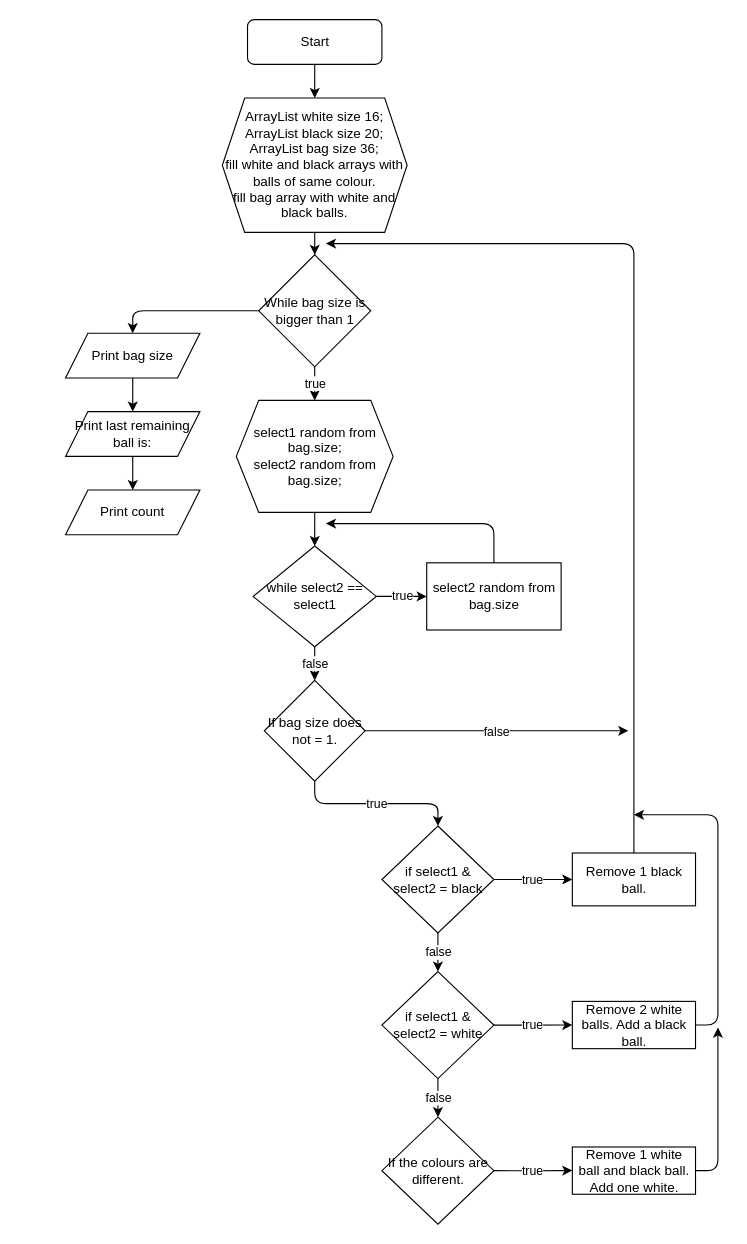
The draw.io diagram Untitled Diagram.drawio in IgnasZyv/BallProject, before the edit. Source tidied: cells renumbered, new cells numbered last; positions are measured from the earlier drawing's top-left corner, leaving out a move shared by most shapes. Both pictures are drawn from the tidied source at 112%, with x=0, y=0 at pixel (65, 19).
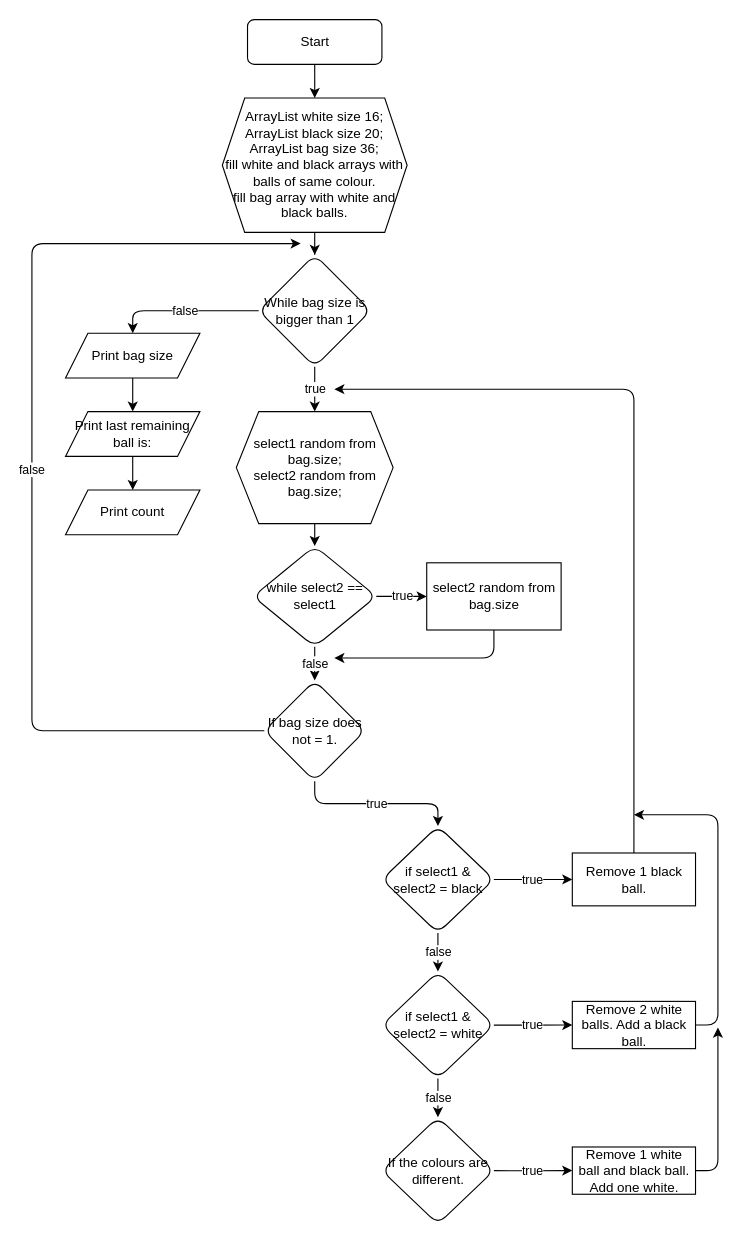
The same diagram, later.

Unchanged cells that the change refers to:
```xml
<mxCell id="18" value="Remove 1 black ball." style="whiteSpace=wrap;html=1;" parent="1" vertex="1">
  <mxGeometry x="452.5" y="744.1" width="110" height="47.2" as="geometry" />
</mxCell>
<mxCell id="32" value="select2 random from bag.size" style="whiteSpace=wrap;html=1;" parent="1" vertex="1">
  <mxGeometry x="322.5" y="485" width="120" height="60" as="geometry" />
</mxCell>
<mxCell id="34" value="Print bag size" style="shape=parallelogram;perimeter=parallelogramPerimeter;whiteSpace=wrap;html=1;fixedSize=1;" parent="1" vertex="1">
  <mxGeometry y="280" width="120" height="40" as="geometry" />
</mxCell>
```

Diff of the diagram source:
```diff
@@
-    <mxCell id="3" value="Start" style="rounded=1;whiteSpace=wrap;html=1;" parent="1" vertex="1">
+    <mxCell id="3" value="Start" style="rounded=1;whiteSpace=wrap;html=1;glass=0;" parent="1" vertex="1">
       <mxGeometry x="162.5" width="120" height="40" as="geometry" />
     </mxCell>
@@
-    <mxCell id="7" style="edgeStyle=orthogonalEdgeStyle;rounded=1;jumpStyle=none;jumpSize=16;jettySize=auto;html=1;exitX=0;exitY=0.5;exitDx=0;exitDy=0;entryX=0.5;entryY=0;entryDx=0;entryDy=0;" parent="1" edge="1" source="8" target="34">
+    <mxCell id="7" value="false" style="edgeStyle=orthogonalEdgeStyle;rounded=1;jumpStyle=none;jumpSize=16;jettySize=auto;html=1;exitX=0;exitY=0.5;exitDx=0;exitDy=0;entryX=0.5;entryY=0;entryDx=0;entryDy=0;" parent="1" edge="1" source="8" target="34">
       <mxGeometry relative="1" as="geometry">
         <Array as="points">
           <mxPoint x="60" y="260" />
         </Array>
       </mxGeometry>
     </mxCell>
-    <mxCell id="8" value="While bag size is bigger than 1" style="rhombus;whiteSpace=wrap;html=1;" parent="1" vertex="1">
+    <mxCell id="8" value="While bag size is bigger than 1" style="rhombus;whiteSpace=wrap;html=1;rounded=1;" parent="1" vertex="1">
       <mxGeometry x="172.5" y="210" width="100" height="100" as="geometry" />
     </mxCell>
@@
     <mxCell id="10" value="&lt;div&gt;select1 random from bag.size;&lt;/div&gt;&lt;div&gt;select2 random from bag.size;&lt;br&gt;&lt;/div&gt;" style="shape=hexagon;perimeter=hexagonPerimeter2;whiteSpace=wrap;html=1;fixedSize=1;" parent="1" vertex="1">
-      <mxGeometry x="152.5" y="340" width="140" height="100" as="geometry" />
+      <mxGeometry x="152.5" y="350" width="140" height="100" as="geometry" />
     </mxCell>
@@
-    <mxCell id="12" value="false" style="edgeStyle=orthogonalEdgeStyle;rounded=1;jumpStyle=none;jumpSize=16;jettySize=auto;html=1;exitX=1;exitY=0.5;exitDx=0;exitDy=0;" parent="1" edge="1" source="13">
+    <mxCell id="12" value="false" style="edgeStyle=orthogonalEdgeStyle;rounded=1;jumpStyle=none;jumpSize=16;jettySize=auto;html=1;exitX=0;exitY=0.5;exitDx=0;exitDy=0;" parent="1" edge="1" source="13">
       <mxGeometry relative="1" as="geometry">
-        <mxPoint x="502.5" y="635" as="targetPoint" />
+        <mxPoint x="210" y="200" as="targetPoint" />
+        <Array as="points">
+          <mxPoint x="-30" y="635" />
+          <mxPoint x="-30" y="200" />
+        </Array>
       </mxGeometry>
     </mxCell>
-    <mxCell id="13" value="If bag size does not = 1." style="rhombus;whiteSpace=wrap;html=1;" parent="1" vertex="1">
+    <mxCell id="13" value="If bag size does not = 1." style="rhombus;whiteSpace=wrap;html=1;rounded=1;" parent="1" vertex="1">
       <mxGeometry x="177.5" y="590" width="90" height="90" as="geometry" />
     </mxCell>
@@
-    <mxCell id="16" value="if select1 &amp;amp; select2 = black" style="rhombus;whiteSpace=wrap;html=1;" parent="1" vertex="1">
+    <mxCell id="16" value="if select1 &amp;amp; select2 = black" style="rhombus;whiteSpace=wrap;html=1;rounded=1;" parent="1" vertex="1">
       <mxGeometry x="282.5" y="720" width="100" height="95.5" as="geometry" />
     </mxCell>
     <mxCell id="17" style="edgeStyle=orthogonalEdgeStyle;rounded=1;jettySize=auto;html=1;exitX=0.5;exitY=0;exitDx=0;exitDy=0;" parent="1" edge="1" source="18">
       <mxGeometry relative="1" as="geometry">
-        <mxPoint x="232.5" y="200" as="targetPoint" />
+        <mxPoint x="240" y="330" as="targetPoint" />
         <Array as="points">
-          <mxPoint x="507.5" y="200" />
+          <mxPoint x="508" y="330" />
         </Array>
       </mxGeometry>
     </mxCell>
@@
-    <mxCell id="21" value="if select1 &amp;amp; select2 = white" style="rhombus;whiteSpace=wrap;html=1;" parent="1" vertex="1">
+    <mxCell id="21" value="if select1 &amp;amp; select2 = white" style="rhombus;whiteSpace=wrap;html=1;rounded=1;" parent="1" vertex="1">
       <mxGeometry x="282.5" y="850" width="100" height="95.5" as="geometry" />
     </mxCell>
@@
-    <mxCell id="27" value="If the colours are different." style="rhombus;whiteSpace=wrap;html=1;" parent="1" vertex="1">
+    <mxCell id="27" value="If the colours are different." style="rhombus;whiteSpace=wrap;html=1;rounded=1;" parent="1" vertex="1">
       <mxGeometry x="282.5" y="980" width="100" height="95.5" as="geometry" />
     </mxCell>
@@
-    <mxCell id="30" value="while select2 == select1 " style="rhombus;whiteSpace=wrap;html=1;" parent="1" vertex="1">
+    <mxCell id="30" value="while select2 == select1 " style="rhombus;whiteSpace=wrap;html=1;rounded=1;" parent="1" vertex="1">
       <mxGeometry x="167.5" y="470" width="110" height="90" as="geometry" />
     </mxCell>
-    <mxCell id="31" style="edgeStyle=orthogonalEdgeStyle;rounded=1;jettySize=auto;html=1;exitX=0.5;exitY=0;exitDx=0;exitDy=0;" parent="1" edge="1" source="32">
+    <mxCell id="31" style="edgeStyle=orthogonalEdgeStyle;rounded=1;jettySize=auto;html=1;exitX=0.5;exitY=1;exitDx=0;exitDy=0;" parent="1" edge="1" source="32">
       <mxGeometry relative="1" as="geometry">
-        <mxPoint x="232.5" y="450" as="targetPoint" />
+        <mxPoint x="240" y="570" as="targetPoint" />
         <Array as="points">
-          <mxPoint x="382.5" y="450" />
+          <mxPoint x="383" y="570" />
+          <mxPoint x="240" y="570" />
         </Array>
       </mxGeometry>
     </mxCell>
```
